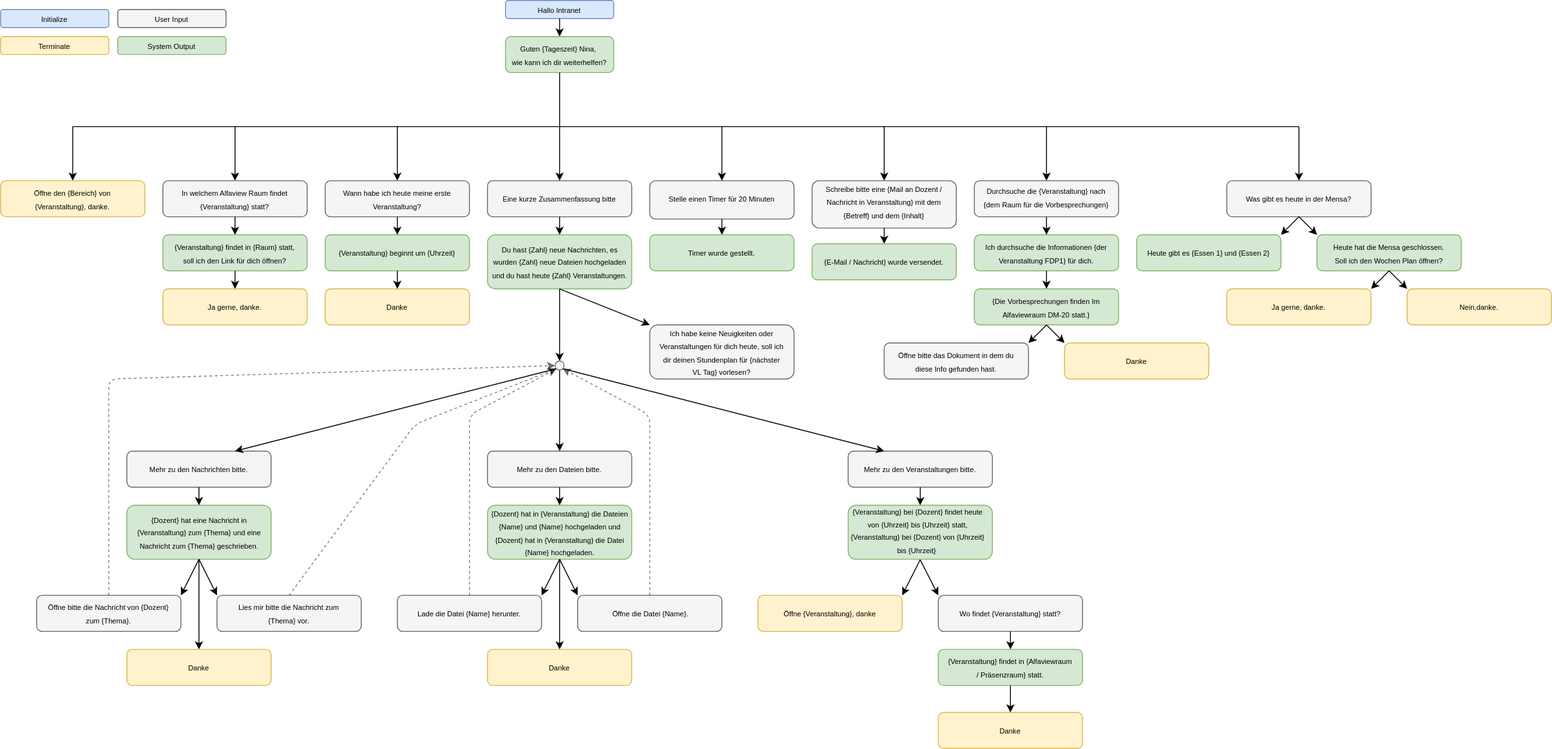
NinaHecht/IFD-SoSe20 keeps this draw.io diagram as aufgabe4/dialog-flow.svg. Above is the earlier version. Source tidied: cells renumbered, new cells last; positions are measured from the earlier drawing's top-left corner, leaving out a move shared by most shapes.
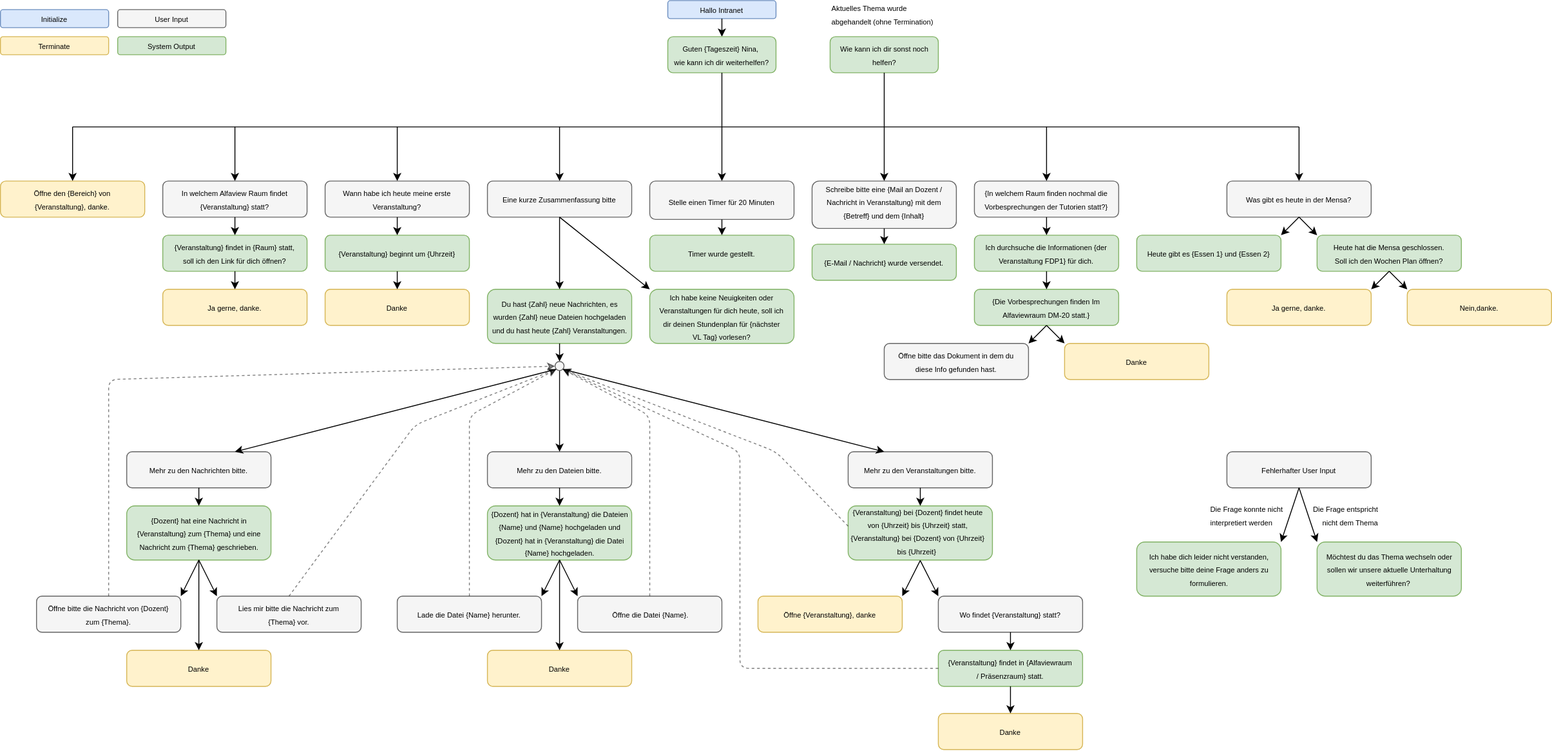
Above is the later version.

Change to the diagram source:
```diff
@@ -3,21 +3,21 @@
     <mxCell id="0" />
     <mxCell id="1" parent="0" />
     <mxCell id="2" style="rounded=1;whiteSpace=wrap;html=1;fillColor=#dae8fc;strokeColor=#6c8ebf;" parent="1" vertex="1">
-      <mxGeometry x="560" width="120" height="20" as="geometry" />
+      <mxGeometry x="740" width="120" height="20" as="geometry" />
     </mxCell>
     <mxCell id="3" value="&lt;font style=&quot;font-size: 8px&quot;&gt;Hallo Intranet&lt;/font&gt;" style="text;html=1;strokeColor=none;fillColor=none;align=center;verticalAlign=middle;whiteSpace=wrap;rounded=0;" parent="1" vertex="1">
-      <mxGeometry x="590" y="5" width="60" height="10" as="geometry" />
+      <mxGeometry x="770" y="5" width="60" height="10" as="geometry" />
     </mxCell>
     <mxCell id="4" style="endArrow=classic;html=1;exitX=0.5;exitY=1;exitDx=0;exitDy=0;entryX=0.5;entryY=0;entryDx=0;entryDy=0;" parent="1" edge="1" source="2">
       <mxGeometry relative="1" as="geometry">
-        <mxPoint x="620" y="40" as="targetPoint" />
+        <mxPoint x="800" y="40" as="targetPoint" />
       </mxGeometry>
     </mxCell>
     <mxCell id="5" style="rounded=1;whiteSpace=wrap;html=1;fillColor=#d5e8d4;strokeColor=#82b366;" parent="1" vertex="1">
-      <mxGeometry x="560" y="40" width="120" height="40" as="geometry" />
+      <mxGeometry x="740" y="40" width="120" height="40" as="geometry" />
     </mxCell>
     <mxCell id="6" value="&lt;font style=&quot;font-size: 8px&quot;&gt;Guten {Tageszeit} Nina,&amp;nbsp;&lt;br&gt;wie kann ich dir weiterhelfen?&lt;/font&gt;" style="text;html=1;strokeColor=none;fillColor=none;align=center;verticalAlign=middle;whiteSpace=wrap;rounded=0;" parent="1" vertex="1">
-      <mxGeometry x="555" y="45" width="130" height="30" as="geometry" />
+      <mxGeometry x="735" y="45" width="130" height="30" as="geometry" />
     </mxCell>
     <mxCell id="7" style="rounded=1;whiteSpace=wrap;html=1;fillColor=#f5f5f5;strokeColor=#666666;fontColor=#333333;" parent="1" vertex="1">
       <mxGeometry x="180" y="200" width="160" height="40" as="geometry" />
@@ -94,10 +94,10 @@
       <mxGeometry relative="1" as="geometry" />
     </mxCell>
     <mxCell id="29" style="rounded=1;whiteSpace=wrap;html=1;fillColor=#d5e8d4;strokeColor=#82b366;" parent="1" vertex="1">
-      <mxGeometry x="540" y="260" width="160" height="60" as="geometry" />
+      <mxGeometry x="540" y="320" width="160" height="60" as="geometry" />
     </mxCell>
     <mxCell id="30" value="&lt;font style=&quot;font-size: 8px&quot;&gt;Du hast {Zahl} neue Nachrichten, es wurden {Zahl} neue Dateien hochgeladen und du hast heute {Zahl} Veranstaltungen.&lt;/font&gt;" style="text;html=1;strokeColor=none;fillColor=none;align=center;verticalAlign=middle;whiteSpace=wrap;rounded=0;" parent="1" vertex="1">
-      <mxGeometry x="542.5" y="280" width="155" height="20" as="geometry" />
+      <mxGeometry x="542.5" y="340" width="155" height="20" as="geometry" />
     </mxCell>
     <mxCell id="31" style="endArrow=classic;html=1;exitX=0.5;exitY=1;exitDx=0;exitDy=0;entryX=0.5;entryY=0;entryDx=0;entryDy=0;" parent="1" edge="1" source="9" target="29">
       <mxGeometry relative="1" as="geometry" />
@@ -231,15 +231,12 @@
         </Array>
       </mxGeometry>
     </mxCell>
-    <mxCell id="71" style="rounded=1;whiteSpace=wrap;html=1;fillColor=#f5f5f5;strokeColor=#666666;fontColor=#333333;" parent="1" vertex="1">
-      <mxGeometry x="720" y="360" width="160" height="60" as="geometry" />
+    <mxCell id="71" style="rounded=1;whiteSpace=wrap;html=1;fillColor=#d5e8d4;strokeColor=#82b366;" parent="1" vertex="1">
+      <mxGeometry x="720" y="320" width="160" height="60" as="geometry" />
     </mxCell>
     <mxCell id="72" value="&lt;span style=&quot;font-size: 8px&quot;&gt;Ich habe keine Neuigkeiten oder Veranstaltungen für dich heute, soll ich dir deinen Stundenplan für {nächster VL Tag} vorlesen?&lt;/span&gt;" style="text;html=1;strokeColor=none;fillColor=none;align=center;verticalAlign=middle;whiteSpace=wrap;rounded=0;" parent="1" vertex="1">
-      <mxGeometry x="730" y="365" width="140" height="50" as="geometry" />
+      <mxGeometry x="730" y="325" width="140" height="50" as="geometry" />
     </mxCell>
-    <mxCell id="73" style="endArrow=classic;html=1;entryX=0;entryY=0;entryDx=0;entryDy=0;exitX=0.5;exitY=1;exitDx=0;exitDy=0;" parent="1" edge="1" source="29" target="71">
-      <mxGeometry relative="1" as="geometry" />
-    </mxCell>
     <mxCell id="74" style="rounded=1;whiteSpace=wrap;html=1;fillColor=#f5f5f5;strokeColor=#666666;fontColor=#333333;" parent="1" vertex="1">
       <mxGeometry x="1360" y="200" width="160" height="40" as="geometry" />
     </mxCell>
@@ -250,7 +247,7 @@
       <mxGeometry x="720" y="200" width="160" height="42.5" as="geometry" />
     </mxCell>
     <mxCell id="77" value="&lt;span style=&quot;font-size: 8px&quot;&gt;Stelle einen Timer für 20 Minuten&lt;/span&gt;" style="text;html=1;strokeColor=none;fillColor=none;align=center;verticalAlign=middle;whiteSpace=wrap;rounded=0;" parent="1" vertex="1">
-      <mxGeometry x="730" y="200" width="140" height="40" as="geometry" />
+      <mxGeometry x="730" y="215" width="140" height="15" as="geometry" />
     </mxCell>
     <mxCell id="78" style="endArrow=classic;html=1;entryX=0.5;entryY=0;entryDx=0;entryDy=0;" parent="1" edge="1" target="76">
       <mxGeometry relative="1" as="geometry">
@@ -386,8 +383,8 @@
     <mxCell id="119" style="rounded=1;whiteSpace=wrap;html=1;fillColor=#f5f5f5;strokeColor=#666666;fontColor=#333333;" parent="1" vertex="1">
       <mxGeometry x="1080" y="200" width="160" height="40" as="geometry" />
     </mxCell>
-    <mxCell id="120" value="&lt;span style=&quot;font-size: 8px&quot;&gt;Durchsuche die {Veranstaltung} nach {dem Raum für die Vorbesprechungen}&lt;/span&gt;" style="text;html=1;strokeColor=none;fillColor=none;align=center;verticalAlign=middle;whiteSpace=wrap;rounded=0;" parent="1" vertex="1">
-      <mxGeometry x="1085" y="210" width="150" height="15" as="geometry" />
+    <mxCell id="120" value="&lt;span style=&quot;font-size: 8px&quot;&gt;{In welchem Raum finden nochmal die Vorbesprechungen der Tutorien statt?}&lt;/span&gt;" style="text;html=1;strokeColor=none;fillColor=none;align=center;verticalAlign=middle;whiteSpace=wrap;rounded=0;" parent="1" vertex="1">
+      <mxGeometry x="1090" y="212.5" width="140" height="15" as="geometry" />
     </mxCell>
     <mxCell id="121" style="rounded=1;whiteSpace=wrap;html=1;fillColor=#d5e8d4;strokeColor=#82b366;" parent="1" vertex="1">
       <mxGeometry x="1080" y="260" width="160" height="40" as="geometry" />
@@ -470,8 +467,71 @@
     </mxCell>
     <mxCell id="143" style="endArrow=none;html=1;entryX=0.5;entryY=1;entryDx=0;entryDy=0;" parent="1" edge="1" target="5">
       <mxGeometry relative="1" as="geometry">
-        <mxPoint x="620" y="140" as="sourcePoint" />
+        <mxPoint x="800" y="140" as="sourcePoint" />
       </mxGeometry>
     </mxCell>
+    <mxCell id="144" style="endArrow=classic;html=1;dashed=1;opacity=50;exitX=0;exitY=0.25;exitDx=0;exitDy=0;entryX=1;entryY=1;entryDx=0;entryDy=0;" parent="1" edge="1" source="98" target="132">
+      <mxGeometry relative="1" as="geometry">
+        <Array as="points">
+          <mxPoint x="860" y="500" />
+        </Array>
+      </mxGeometry>
+    </mxCell>
+    <mxCell id="145" style="endArrow=classic;html=1;dashed=1;opacity=50;exitX=0;exitY=0.5;exitDx=0;exitDy=0;entryX=1;entryY=1;entryDx=0;entryDy=0;" parent="1" edge="1" source="103" target="132">
+      <mxGeometry relative="1" as="geometry">
+        <Array as="points">
+          <mxPoint x="820" y="740" />
+          <mxPoint x="820" y="500" />
+        </Array>
+      </mxGeometry>
+    </mxCell>
+    <mxCell id="146" style="endArrow=classic;html=1;exitX=0.5;exitY=1;exitDx=0;exitDy=0;entryX=0;entryY=0;entryDx=0;entryDy=0;" parent="1" edge="1" source="9" target="71">
+      <mxGeometry relative="1" as="geometry" />
+    </mxCell>
+    <mxCell id="147" style="rounded=1;whiteSpace=wrap;html=1;fillColor=#d5e8d4;strokeColor=#82b366;" parent="1" vertex="1">
+      <mxGeometry x="920" y="40" width="120" height="40" as="geometry" />
+    </mxCell>
+    <mxCell id="148" value="&lt;span style=&quot;font-size: 8px&quot;&gt;Wie kann ich dir sonst noch helfen?&lt;/span&gt;" style="text;html=1;strokeColor=none;fillColor=none;align=center;verticalAlign=middle;whiteSpace=wrap;rounded=0;" parent="1" vertex="1">
+      <mxGeometry x="922.5" y="45" width="115" height="30" as="geometry" />
+    </mxCell>
+    <mxCell id="149" style="endArrow=none;html=1;" parent="1" edge="1">
+      <mxGeometry relative="1" as="geometry">
+        <mxPoint x="980" y="80" as="sourcePoint" />
+        <mxPoint x="980" y="140" as="targetPoint" />
+      </mxGeometry>
+    </mxCell>
+    <mxCell id="150" value="&lt;font style=&quot;font-size: 8px&quot;&gt;Aktuelles Thema wurde abgehandelt (ohne Termination)&lt;/font&gt;" style="text;html=1;strokeColor=none;fillColor=none;align=left;verticalAlign=middle;whiteSpace=wrap;rounded=0;" parent="1" vertex="1">
+      <mxGeometry x="920" y="5" width="120" height="20" as="geometry" />
+    </mxCell>
+    <mxCell id="151" style="rounded=1;whiteSpace=wrap;html=1;fillColor=#f5f5f5;strokeColor=#666666;fontColor=#333333;" parent="1" vertex="1">
+      <mxGeometry x="1360" y="500" width="160" height="40" as="geometry" />
+    </mxCell>
+    <mxCell id="152" value="&lt;span style=&quot;font-size: 8px&quot;&gt;Fehlerhafter User Input&lt;/span&gt;" style="text;html=1;strokeColor=none;fillColor=none;align=center;verticalAlign=middle;whiteSpace=wrap;rounded=0;" parent="1" vertex="1">
+      <mxGeometry x="1370" y="512.5" width="140" height="15" as="geometry" />
+    </mxCell>
+    <mxCell id="153" style="rounded=1;whiteSpace=wrap;html=1;fillColor=#d5e8d4;strokeColor=#82b366;" parent="1" vertex="1">
+      <mxGeometry x="1260" y="600" width="160" height="60" as="geometry" />
+    </mxCell>
+    <mxCell id="154" value="&lt;span style=&quot;font-size: 8px&quot;&gt;Ich habe dich leider nicht verstanden, versuche bitte deine Frage anders zu formulieren.&lt;/span&gt;" style="text;html=1;strokeColor=none;fillColor=none;align=center;verticalAlign=middle;whiteSpace=wrap;rounded=0;" parent="1" vertex="1">
+      <mxGeometry x="1262.5" y="605" width="155" height="50" as="geometry" />
+    </mxCell>
+    <mxCell id="155" style="endArrow=classic;html=1;exitX=0.5;exitY=1;exitDx=0;exitDy=0;entryX=1;entryY=0;entryDx=0;entryDy=0;" parent="1" edge="1" source="151" target="153">
+      <mxGeometry relative="1" as="geometry" />
+    </mxCell>
+    <mxCell id="156" style="rounded=1;whiteSpace=wrap;html=1;fillColor=#d5e8d4;strokeColor=#82b366;" parent="1" vertex="1">
+      <mxGeometry x="1460" y="600" width="160" height="60" as="geometry" />
+    </mxCell>
+    <mxCell id="157" value="&lt;span style=&quot;font-size: 8px&quot;&gt;Möchtest du das Thema wechseln oder sollen wir unsere aktuelle Unterhaltung weiterführen?&amp;nbsp;&lt;/span&gt;" style="text;html=1;strokeColor=none;fillColor=none;align=center;verticalAlign=middle;whiteSpace=wrap;rounded=0;" parent="1" vertex="1">
+      <mxGeometry x="1462.5" y="605" width="155" height="50" as="geometry" />
+    </mxCell>
+    <mxCell id="158" style="endArrow=classic;html=1;exitX=0.5;exitY=1;exitDx=0;exitDy=0;entryX=0;entryY=0;entryDx=0;entryDy=0;" parent="1" edge="1" source="151" target="156">
+      <mxGeometry relative="1" as="geometry" />
+    </mxCell>
+    <mxCell id="159" value="&lt;font style=&quot;font-size: 8px&quot;&gt;Die Frage konnte nicht interpretiert werden&lt;/font&gt;" style="text;html=1;strokeColor=none;fillColor=none;align=left;verticalAlign=middle;whiteSpace=wrap;rounded=0;" parent="1" vertex="1">
+      <mxGeometry x="1340" y="560" width="90" height="20" as="geometry" />
+    </mxCell>
+    <mxCell id="160" value="&lt;font style=&quot;font-size: 8px&quot;&gt;Die Frage entspricht nicht dem Thema&lt;/font&gt;" style="text;html=1;strokeColor=none;fillColor=none;align=right;verticalAlign=middle;whiteSpace=wrap;rounded=0;" parent="1" vertex="1">
+      <mxGeometry x="1440" y="560" width="90" height="20" as="geometry" />
+    </mxCell>
   </root>
 </mxGraphModel>
```
